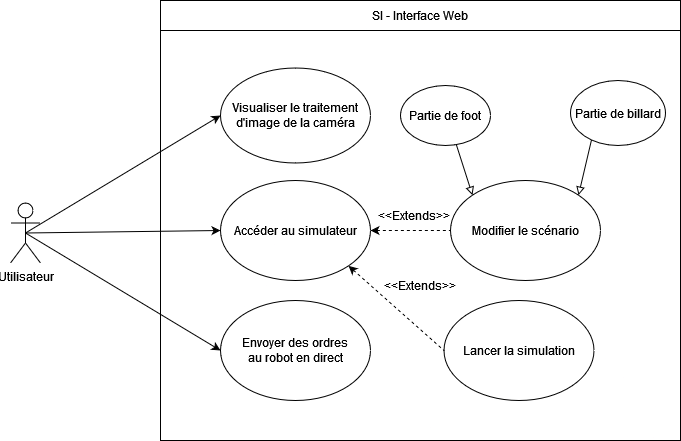
Earlier version of the draw.io export Documents/Etude_Prealable/Diagramme_Cas_Utilisation/Diagramme_CU.png (Akip2/RobotBillard). Source tidied: cells renumbered, new cells last; positions are measured from the earlier drawing's top-left corner, leaving out a move shared by most shapes. The source it was exported from:
```xml
<mxGraphModel>
  <root>
    <mxCell id="0" />
    <mxCell id="1" parent="0" />
    <mxCell id="2" style="rounded=0;whiteSpace=wrap;html=1;" parent="1" vertex="1">
      <mxGeometry x="150" y="30" width="520" height="410" as="geometry" />
    </mxCell>
    <mxCell id="3" style="rounded=0;jettySize=auto;html=1;exitX=0.5;exitY=0.5;exitDx=0;exitDy=0;exitPerimeter=0;entryX=0;entryY=0.5;entryDx=0;entryDy=0;" parent="1" edge="1" source="6" target="8">
      <mxGeometry relative="1" as="geometry" />
    </mxCell>
    <mxCell id="4" style="rounded=0;jettySize=auto;html=1;exitX=0.5;exitY=0.5;exitDx=0;exitDy=0;exitPerimeter=0;entryX=0;entryY=0.5;entryDx=0;entryDy=0;" parent="1" edge="1" source="6" target="7">
      <mxGeometry relative="1" as="geometry" />
    </mxCell>
    <mxCell id="5" style="rounded=0;jettySize=auto;html=1;exitX=0.5;exitY=0.5;exitDx=0;exitDy=0;exitPerimeter=0;entryX=0;entryY=0.5;entryDx=0;entryDy=0;" parent="1" edge="1" source="6" target="13">
      <mxGeometry relative="1" as="geometry" />
    </mxCell>
    <mxCell id="6" value="&lt;div&gt;Utilisateur&lt;/div&gt;" style="shape=umlActor;verticalLabelPosition=bottom;verticalAlign=top;html=1;outlineConnect=0;" parent="1" vertex="1">
      <mxGeometry y="202.5" width="30" height="60" as="geometry" />
    </mxCell>
    <mxCell id="7" value="Visualiser le traitement d'image de la caméra" style="ellipse;whiteSpace=wrap;html=1;" parent="1" vertex="1">
      <mxGeometry x="210" y="67.5" width="150" height="95" as="geometry" />
    </mxCell>
    <mxCell id="8" value="&lt;div&gt;Envoyer des ordres&lt;/div&gt;&lt;div&gt;au robot en direct&lt;/div&gt;" style="ellipse;whiteSpace=wrap;html=1;" parent="1" vertex="1">
      <mxGeometry x="210" y="300" width="150" height="100" as="geometry" />
    </mxCell>
    <mxCell id="9" value="SI - Interface Web" style="rounded=0;whiteSpace=wrap;html=1;" parent="1" vertex="1">
      <mxGeometry x="150" width="520" height="30" as="geometry" />
    </mxCell>
    <mxCell id="10" style="edgeStyle=orthogonalEdgeStyle;rounded=0;orthogonalLoop=1;jettySize=auto;html=1;exitX=0.5;exitY=1;exitDx=0;exitDy=0;" parent="1" edge="1">
      <mxGeometry relative="1" as="geometry">
        <mxPoint x="306" y="260" as="sourcePoint" />
        <mxPoint x="306" y="260" as="targetPoint" />
      </mxGeometry>
    </mxCell>
    <mxCell id="11" style="edgeStyle=orthogonalEdgeStyle;rounded=0;jettySize=auto;html=1;exitX=1;exitY=0.5;exitDx=0;exitDy=0;entryX=0;entryY=0.5;entryDx=0;entryDy=0;startArrow=classic;startFill=1;endArrow=none;endFill=0;dashed=1;" parent="1" edge="1" source="13" target="17">
      <mxGeometry relative="1" as="geometry" />
    </mxCell>
    <mxCell id="12" style="rounded=0;jettySize=auto;html=1;exitX=1;exitY=1;exitDx=0;exitDy=0;entryX=0;entryY=0.5;entryDx=0;entryDy=0;endArrow=none;endFill=0;startArrow=classic;startFill=1;dashed=1;" parent="1" edge="1" source="13" target="14">
      <mxGeometry relative="1" as="geometry" />
    </mxCell>
    <mxCell id="13" value="Accéder au simulateur" style="ellipse;whiteSpace=wrap;html=1;" parent="1" vertex="1">
      <mxGeometry x="210" y="180" width="150" height="100" as="geometry" />
    </mxCell>
    <mxCell id="14" value="Lancer la simulation" style="ellipse;whiteSpace=wrap;html=1;" parent="1" vertex="1">
      <mxGeometry x="433.5" y="300" width="150" height="100" as="geometry" />
    </mxCell>
    <mxCell id="15" style="rounded=0;jettySize=auto;html=1;exitX=1;exitY=0;exitDx=0;exitDy=0;entryX=0.222;entryY=0.908;entryDx=0;entryDy=0;endArrow=none;endFill=0;startArrow=block;startFill=0;entryPerimeter=0;" parent="1" edge="1" source="17" target="19">
      <mxGeometry relative="1" as="geometry" />
    </mxCell>
    <mxCell id="16" style="rounded=0;jettySize=auto;html=1;exitX=0;exitY=0;exitDx=0;exitDy=0;entryX=0.611;entryY=0.942;entryDx=0;entryDy=0;endArrow=none;endFill=0;startArrow=block;startFill=0;entryPerimeter=0;" parent="1" edge="1" source="17" target="18">
      <mxGeometry relative="1" as="geometry" />
    </mxCell>
    <mxCell id="17" value="Modifier le scénario" style="ellipse;whiteSpace=wrap;html=1;" parent="1" vertex="1">
      <mxGeometry x="440" y="180" width="150" height="100" as="geometry" />
    </mxCell>
    <mxCell id="18" value="Partie de foot" style="ellipse;whiteSpace=wrap;html=1;" parent="1" vertex="1">
      <mxGeometry x="390" y="85" width="90" height="60" as="geometry" />
    </mxCell>
    <mxCell id="19" value="Partie de billard" style="ellipse;whiteSpace=wrap;html=1;" parent="1" vertex="1">
      <mxGeometry x="560" y="80" width="95" height="65" as="geometry" />
    </mxCell>
    <mxCell id="20" value="&amp;lt;&amp;lt;Extends&amp;gt;&amp;gt;" style="text;html=1;align=center;verticalAlign=middle;whiteSpace=wrap;rounded=0;" parent="1" vertex="1">
      <mxGeometry x="373.5" y="200" width="60" height="30" as="geometry" />
    </mxCell>
    <mxCell id="21" value="&amp;lt;&amp;lt;Extends&amp;gt;&amp;gt;" style="text;html=1;align=center;verticalAlign=middle;whiteSpace=wrap;rounded=0;" parent="1" vertex="1">
      <mxGeometry x="380" y="270" width="60" height="30" as="geometry" />
    </mxCell>
  </root>
</mxGraphModel>
```
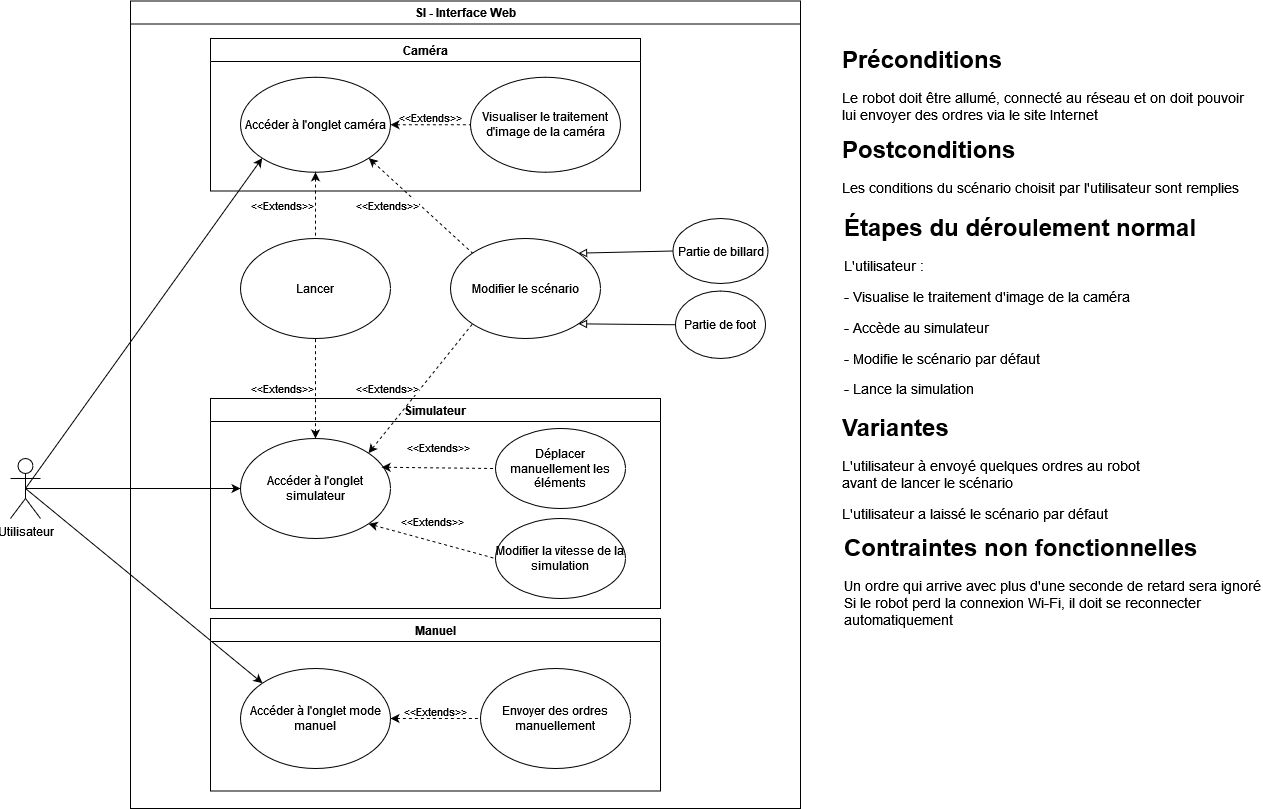
The same file after the commit.

Commit message:
Mise à jour diagramme de CU

What changed in the source:
```diff
@@ -2,68 +2,113 @@
   <root>
     <mxCell id="0" />
     <mxCell id="1" parent="0" />
-    <mxCell id="2" style="rounded=0;whiteSpace=wrap;html=1;" parent="1" vertex="1">
-      <mxGeometry x="150" y="30" width="520" height="410" as="geometry" />
-    </mxCell>
-    <mxCell id="3" style="rounded=0;jettySize=auto;html=1;exitX=0.5;exitY=0.5;exitDx=0;exitDy=0;exitPerimeter=0;entryX=0;entryY=0.5;entryDx=0;entryDy=0;" parent="1" edge="1" source="6" target="8">
+    <mxCell id="3" style="rounded=0;jettySize=auto;html=1;exitX=0.5;exitY=0.5;exitDx=0;exitDy=0;exitPerimeter=0;entryX=0;entryY=0;entryDx=0;entryDy=0;" parent="1" edge="1" source="6" target="8">
       <mxGeometry relative="1" as="geometry" />
     </mxCell>
-    <mxCell id="4" style="rounded=0;jettySize=auto;html=1;exitX=0.5;exitY=0.5;exitDx=0;exitDy=0;exitPerimeter=0;entryX=0;entryY=0.5;entryDx=0;entryDy=0;" parent="1" edge="1" source="6" target="7">
+    <mxCell id="4" style="rounded=0;jettySize=auto;html=1;exitX=0.5;exitY=0.5;exitDx=0;exitDy=0;exitPerimeter=0;entryX=0;entryY=1;entryDx=0;entryDy=0;" parent="1" edge="1" source="6" target="7">
       <mxGeometry relative="1" as="geometry" />
     </mxCell>
     <mxCell id="5" style="rounded=0;jettySize=auto;html=1;exitX=0.5;exitY=0.5;exitDx=0;exitDy=0;exitPerimeter=0;entryX=0;entryY=0.5;entryDx=0;entryDy=0;" parent="1" edge="1" source="6" target="13">
       <mxGeometry relative="1" as="geometry" />
     </mxCell>
     <mxCell id="6" value="&lt;div&gt;Utilisateur&lt;/div&gt;" style="shape=umlActor;verticalLabelPosition=bottom;verticalAlign=top;html=1;outlineConnect=0;" parent="1" vertex="1">
-      <mxGeometry y="202.5" width="30" height="60" as="geometry" />
+      <mxGeometry y="470" width="30" height="60" as="geometry" />
     </mxCell>
+    <mxCell id="22" value="&lt;h1 style=&quot;margin-top: 0px;&quot;&gt;Postconditions&lt;/h1&gt;&lt;p style=&quot;font-size: 14px;&quot;&gt;Les conditions du scénario choisit par l'utilisateur sont remplies&lt;br&gt;&lt;/p&gt;" style="text;html=1;whiteSpace=wrap;overflow=hidden;rounded=0;" parent="1" vertex="1">
+      <mxGeometry x="830" y="140" width="420" height="77.5" as="geometry" />
+    </mxCell>
+    <mxCell id="23" value="&lt;h1 style=&quot;margin-top: 0px;&quot;&gt;Étapes du déroulement normal&lt;br&gt;&lt;/h1&gt;&lt;p style=&quot;font-size: 14px;&quot;&gt;L'utilisateur :&lt;/p&gt;&lt;p style=&quot;font-size: 14px;&quot;&gt;- Visualise le traitement d'image de la caméra&lt;/p&gt;&lt;p style=&quot;font-size: 14px;&quot;&gt;- Accède au simulateur&lt;/p&gt;&lt;p style=&quot;font-size: 14px;&quot;&gt;- Modifie le scénario par défaut&lt;/p&gt;&lt;p style=&quot;font-size: 14px;&quot;&gt;- Lance la simulation&lt;br&gt;&lt;/p&gt;" style="text;html=1;whiteSpace=wrap;overflow=hidden;rounded=0;" parent="1" vertex="1">
+      <mxGeometry x="832" y="217.5" width="370" height="200" as="geometry" />
+    </mxCell>
+    <mxCell id="24" value="&lt;h1 style=&quot;margin-top: 0px;&quot;&gt;Variantes&lt;/h1&gt;&lt;p style=&quot;font-size: 14px;&quot;&gt;L'utilisateur à envoyé quelques ordres au robot avant de lancer le scénario&lt;/p&gt;&lt;p style=&quot;font-size: 14px;&quot;&gt;L'utilisateur a laissé le scénario par défaut&lt;br&gt;&lt;/p&gt;" style="text;html=1;whiteSpace=wrap;overflow=hidden;rounded=0;" parent="1" vertex="1">
+      <mxGeometry x="830" y="417.5" width="330" height="120" as="geometry" />
+    </mxCell>
+    <mxCell id="9" value="SI - Interface Web" style="swimlane;whiteSpace=wrap;html=1;" parent="1" vertex="1">
+      <mxGeometry x="120" y="12.5" width="670" height="807.5" as="geometry" />
+    </mxCell>
+    <mxCell id="25" value="Manuel" style="swimlane;whiteSpace=wrap;html=1;" parent="9" vertex="1">
+      <mxGeometry x="80" y="617.5" width="450" height="172.5" as="geometry" />
+    </mxCell>
+    <mxCell id="8" value="Accéder à l'onglet mode manuel" style="ellipse;whiteSpace=wrap;html=1;" parent="25" vertex="1">
+      <mxGeometry x="30" y="50" width="150" height="100" as="geometry" />
+    </mxCell>
+    <mxCell id="26" value="Envoyer des ordres manuellement" style="ellipse;whiteSpace=wrap;html=1;" parent="25" vertex="1">
+      <mxGeometry x="270" y="50" width="150" height="100" as="geometry" />
+    </mxCell>
+    <mxCell id="27" value="&lt;div&gt;&amp;lt;&amp;lt;Extends&amp;gt;&amp;gt;&lt;/div&gt;&lt;div&gt;&lt;br&gt;&lt;/div&gt;" style="rounded=0;jettySize=auto;html=1;exitX=1;exitY=0.5;exitDx=0;exitDy=0;startArrow=classic;startFill=1;endArrow=none;endFill=0;dashed=1;entryX=0;entryY=0.5;entryDx=0;entryDy=0;align=center;labelBackgroundColor=none;" parent="25" edge="1" source="8" target="26">
+      <mxGeometry relative="1" as="geometry" />
+    </mxCell>
+    <mxCell id="28" value="Simulateur" style="swimlane;whiteSpace=wrap;html=1;" parent="9" vertex="1">
+      <mxGeometry x="80" y="397.5" width="450" height="210" as="geometry" />
+    </mxCell>
+    <mxCell id="10" style="edgeStyle=orthogonalEdgeStyle;rounded=0;orthogonalLoop=1;jettySize=auto;html=1;exitX=0.5;exitY=1;exitDx=0;exitDy=0;" parent="28" edge="1">
+      <mxGeometry relative="1" as="geometry">
+        <mxPoint x="126" y="100" as="sourcePoint" />
+        <mxPoint x="126" y="100" as="targetPoint" />
+      </mxGeometry>
+    </mxCell>
+    <mxCell id="13" value="Accéder à l'onglet simulateur" style="ellipse;whiteSpace=wrap;html=1;" parent="28" vertex="1">
+      <mxGeometry x="30" y="40" width="150" height="100" as="geometry" />
+    </mxCell>
+    <mxCell id="29" value="Déplacer manuellement les éléments" style="ellipse;whiteSpace=wrap;html=1;" parent="28" vertex="1">
+      <mxGeometry x="285" y="30" width="130" height="80" as="geometry" />
+    </mxCell>
+    <mxCell id="30" value="&lt;div&gt;&amp;lt;&amp;lt;Extends&amp;gt;&amp;gt;&lt;/div&gt;&lt;div&gt;&lt;br&gt;&lt;/div&gt;&lt;div&gt;&lt;br&gt;&lt;/div&gt;&lt;div&gt;&lt;br&gt;&lt;/div&gt;" style="rounded=0;jettySize=auto;html=1;exitX=0.941;exitY=0.287;exitDx=0;exitDy=0;startArrow=classic;startFill=1;endArrow=none;endFill=0;dashed=1;entryX=0;entryY=0.5;entryDx=0;entryDy=0;align=center;labelBackgroundColor=none;exitPerimeter=0;" parent="28" edge="1" source="13" target="29">
+      <mxGeometry relative="1" as="geometry" />
+    </mxCell>
+    <mxCell id="31" value="Modifier la vitesse de la simulation" style="ellipse;whiteSpace=wrap;html=1;" parent="28" vertex="1">
+      <mxGeometry x="285" y="120" width="130" height="80" as="geometry" />
+    </mxCell>
+    <mxCell id="32" value="&lt;div&gt;&amp;lt;&amp;lt;Extends&amp;gt;&amp;gt;&lt;/div&gt;&lt;div&gt;&lt;br&gt;&lt;/div&gt;&lt;div&gt;&lt;br&gt;&lt;/div&gt;&lt;div&gt;&lt;br&gt;&lt;/div&gt;" style="rounded=0;jettySize=auto;html=1;exitX=1;exitY=1;exitDx=0;exitDy=0;startArrow=classic;startFill=1;endArrow=none;endFill=0;dashed=1;entryX=0;entryY=0.5;entryDx=0;entryDy=0;align=center;labelBackgroundColor=none;" parent="28" edge="1" source="13" target="31">
+      <mxGeometry relative="1" as="geometry" />
+    </mxCell>
+    <mxCell id="33" value="Caméra" style="swimlane;whiteSpace=wrap;html=1;" parent="9" vertex="1">
+      <mxGeometry x="80" y="37.5" width="430" height="152.5" as="geometry" />
+    </mxCell>
-    <mxCell id="7" value="Visualiser le traitement d'image de la caméra" style="ellipse;whiteSpace=wrap;html=1;" parent="1" vertex="1">
-      <mxGeometry x="210" y="67.5" width="150" height="95" as="geometry" />
+    <mxCell id="7" value="Accéder à l'onglet caméra" style="ellipse;whiteSpace=wrap;html=1;" parent="33" vertex="1">
+      <mxGeometry x="30" y="38.8" width="150" height="95" as="geometry" />
     </mxCell>
-    <mxCell id="8" value="&lt;div&gt;Envoyer des ordres&lt;/div&gt;&lt;div&gt;au robot en direct&lt;/div&gt;" style="ellipse;whiteSpace=wrap;html=1;" parent="1" vertex="1">
-      <mxGeometry x="210" y="300" width="150" height="100" as="geometry" />
-    </mxCell>
-    <mxCell id="9" value="SI - Interface Web" style="rounded=0;whiteSpace=wrap;html=1;" parent="1" vertex="1">
-      <mxGeometry x="150" width="520" height="30" as="geometry" />
-    </mxCell>
-    <mxCell id="10" style="edgeStyle=orthogonalEdgeStyle;rounded=0;orthogonalLoop=1;jettySize=auto;html=1;exitX=0.5;exitY=1;exitDx=0;exitDy=0;" parent="1" edge="1">
-      <mxGeometry relative="1" as="geometry">
-        <mxPoint x="306" y="260" as="sourcePoint" />
-        <mxPoint x="306" y="260" as="targetPoint" />
-      </mxGeometry>
-    </mxCell>
+    <mxCell id="34" value="Visualiser le traitement d'image de la caméra" style="ellipse;whiteSpace=wrap;html=1;" parent="33" vertex="1">
+      <mxGeometry x="260" y="38.8" width="150" height="95" as="geometry" />
+    </mxCell>
+    <mxCell id="35" value="&lt;div&gt;&amp;lt;&amp;lt;Extends&amp;gt;&amp;gt;&lt;/div&gt;&lt;div&gt;&lt;br&gt;&lt;/div&gt;" style="rounded=0;jettySize=auto;html=1;exitX=1;exitY=0.5;exitDx=0;exitDy=0;startArrow=classic;startFill=1;endArrow=none;endFill=0;dashed=1;entryX=0;entryY=0.5;entryDx=0;entryDy=0;align=center;labelBackgroundColor=none;" parent="33" edge="1" source="7" target="34">
+      <mxGeometry relative="1" as="geometry" />
+    </mxCell>
+    <mxCell id="14" value="Lancer" style="ellipse;whiteSpace=wrap;html=1;" parent="9" vertex="1">
+      <mxGeometry x="110" y="237.5" width="150" height="100" as="geometry" />
+    </mxCell>
+    <mxCell id="12" value="&lt;div align=&quot;right&quot;&gt;&amp;lt;&amp;lt;Extends&amp;gt;&amp;gt;&lt;/div&gt;" style="rounded=0;jettySize=auto;html=1;exitX=0.5;exitY=0;exitDx=0;exitDy=0;entryX=0.5;entryY=1;entryDx=0;entryDy=0;endArrow=none;endFill=0;startArrow=classic;startFill=1;dashed=1;align=right;" parent="9" edge="1" source="13" target="14">
+      <mxGeometry relative="1" as="geometry" />
+    </mxCell>
+    <mxCell id="17" value="Modifier le scénario" style="ellipse;whiteSpace=wrap;html=1;" parent="9" vertex="1">
+      <mxGeometry x="320" y="237.5" width="150" height="100" as="geometry" />
+    </mxCell>
-    <mxCell id="11" style="edgeStyle=orthogonalEdgeStyle;rounded=0;jettySize=auto;html=1;exitX=1;exitY=0.5;exitDx=0;exitDy=0;entryX=0;entryY=0.5;entryDx=0;entryDy=0;startArrow=classic;startFill=1;endArrow=none;endFill=0;dashed=1;" parent="1" edge="1" source="13" target="17">
+    <mxCell id="11" value="&amp;lt;&amp;lt;Extends&amp;gt;&amp;gt;" style="rounded=0;jettySize=auto;html=1;exitX=1;exitY=0;exitDx=0;exitDy=0;entryX=0;entryY=1;entryDx=0;entryDy=0;startArrow=classic;startFill=1;endArrow=none;endFill=0;dashed=1;align=right;textShadow=0;" parent="9" edge="1" source="13" target="17">
       <mxGeometry relative="1" as="geometry" />
     </mxCell>
-    <mxCell id="12" style="rounded=0;jettySize=auto;html=1;exitX=1;exitY=1;exitDx=0;exitDy=0;entryX=0;entryY=0.5;entryDx=0;entryDy=0;endArrow=none;endFill=0;startArrow=classic;startFill=1;dashed=1;" parent="1" edge="1" source="13" target="14">
-      <mxGeometry relative="1" as="geometry" />
-    </mxCell>
-    <mxCell id="13" value="Accéder au simulateur" style="ellipse;whiteSpace=wrap;html=1;" parent="1" vertex="1">
-      <mxGeometry x="210" y="180" width="150" height="100" as="geometry" />
-    </mxCell>
-    <mxCell id="14" value="Lancer la simulation" style="ellipse;whiteSpace=wrap;html=1;" parent="1" vertex="1">
-      <mxGeometry x="433.5" y="300" width="150" height="100" as="geometry" />
-    </mxCell>
-    <mxCell id="15" style="rounded=0;jettySize=auto;html=1;exitX=1;exitY=0;exitDx=0;exitDy=0;entryX=0.222;entryY=0.908;entryDx=0;entryDy=0;endArrow=none;endFill=0;startArrow=block;startFill=0;entryPerimeter=0;" parent="1" edge="1" source="17" target="19">
+    <mxCell id="15" style="rounded=0;jettySize=auto;html=1;exitX=1;exitY=0;exitDx=0;exitDy=0;entryX=0;entryY=0.5;entryDx=0;entryDy=0;endArrow=none;endFill=0;startArrow=block;startFill=0;" parent="9" edge="1" source="17" target="19">
       <mxGeometry relative="1" as="geometry" />
     </mxCell>
-    <mxCell id="16" style="rounded=0;jettySize=auto;html=1;exitX=0;exitY=0;exitDx=0;exitDy=0;entryX=0.611;entryY=0.942;entryDx=0;entryDy=0;endArrow=none;endFill=0;startArrow=block;startFill=0;entryPerimeter=0;" parent="1" edge="1" source="17" target="18">
+    <mxCell id="16" style="rounded=0;jettySize=auto;html=1;exitX=1;exitY=1;exitDx=0;exitDy=0;entryX=0;entryY=0.5;entryDx=0;entryDy=0;endArrow=none;endFill=0;startArrow=block;startFill=0;" parent="9" edge="1" source="17" target="18">
       <mxGeometry relative="1" as="geometry" />
     </mxCell>
-    <mxCell id="17" value="Modifier le scénario" style="ellipse;whiteSpace=wrap;html=1;" parent="1" vertex="1">
-      <mxGeometry x="440" y="180" width="150" height="100" as="geometry" />
-    </mxCell>
+    <mxCell id="19" value="Partie de billard" style="ellipse;whiteSpace=wrap;html=1;" parent="9" vertex="1">
+      <mxGeometry x="542.5" y="217.5" width="95" height="65" as="geometry" />
+    </mxCell>
-    <mxCell id="18" value="Partie de foot" style="ellipse;whiteSpace=wrap;html=1;" parent="1" vertex="1">
-      <mxGeometry x="390" y="85" width="90" height="60" as="geometry" />
+    <mxCell id="18" value="Partie de foot" style="ellipse;whiteSpace=wrap;html=1;" parent="9" vertex="1">
+      <mxGeometry x="545" y="290" width="90" height="67.5" as="geometry" />
     </mxCell>
-    <mxCell id="19" value="Partie de billard" style="ellipse;whiteSpace=wrap;html=1;" parent="1" vertex="1">
-      <mxGeometry x="560" y="80" width="95" height="65" as="geometry" />
-    </mxCell>
-    <mxCell id="20" value="&amp;lt;&amp;lt;Extends&amp;gt;&amp;gt;" style="text;html=1;align=center;verticalAlign=middle;whiteSpace=wrap;rounded=0;" parent="1" vertex="1">
-      <mxGeometry x="373.5" y="200" width="60" height="30" as="geometry" />
-    </mxCell>
-    <mxCell id="21" value="&amp;lt;&amp;lt;Extends&amp;gt;&amp;gt;" style="text;html=1;align=center;verticalAlign=middle;whiteSpace=wrap;rounded=0;" parent="1" vertex="1">
-      <mxGeometry x="380" y="270" width="60" height="30" as="geometry" />
-    </mxCell>
+    <mxCell id="36" value="&lt;div align=&quot;right&quot;&gt;&amp;lt;&amp;lt;Extends&amp;gt;&amp;gt;&lt;/div&gt;" style="rounded=0;jettySize=auto;html=1;exitX=0.5;exitY=1;exitDx=0;exitDy=0;entryX=0.5;entryY=0;entryDx=0;entryDy=0;endArrow=none;endFill=0;startArrow=classic;startFill=1;dashed=1;align=right;" parent="9" edge="1" source="7" target="14">
+      <mxGeometry relative="1" as="geometry" />
+    </mxCell>
+    <mxCell id="37" value="&lt;div align=&quot;right&quot;&gt;&amp;lt;&amp;lt;Extends&amp;gt;&amp;gt;&lt;/div&gt;" style="rounded=0;jettySize=auto;html=1;exitX=1;exitY=1;exitDx=0;exitDy=0;startArrow=classic;startFill=1;endArrow=none;endFill=0;dashed=1;entryX=0;entryY=0;entryDx=0;entryDy=0;align=right;" parent="9" edge="1" source="7" target="17">
+      <mxGeometry relative="1" as="geometry" />
+    </mxCell>
+    <mxCell id="38" value="&lt;h1 style=&quot;margin-top: 0px;&quot;&gt;Préconditions&lt;br&gt;&lt;/h1&gt;&lt;p style=&quot;font-size: 14px;&quot;&gt;Le robot doit être allumé, connecté au réseau et on doit pouvoir lui envoyer des ordres via le site Internet&lt;br&gt;&lt;/p&gt;" style="text;html=1;whiteSpace=wrap;overflow=hidden;rounded=0;" parent="1" vertex="1">
+      <mxGeometry x="830" y="50" width="420" height="90" as="geometry" />
+    </mxCell>
+    <mxCell id="39" value="&lt;h1 style=&quot;margin-top: 0px;&quot;&gt;Contraintes non fonctionnelles&lt;/h1&gt;&lt;div style=&quot;font-size: 14px;&quot;&gt;Un ordre qui arrive avec plus d'une seconde de retard sera ignoré&lt;/div&gt;&lt;div style=&quot;font-size: 14px;&quot;&gt;Si le robot perd la connexion Wi-Fi, il doit se reconnecter automatiquement&lt;br&gt;&lt;/div&gt;" style="text;html=1;whiteSpace=wrap;overflow=hidden;rounded=0;" parent="1" vertex="1">
+      <mxGeometry x="832" y="537.5" width="420" height="112.5" as="geometry" />
+    </mxCell>
   </root>
 </mxGraphModel>
```
